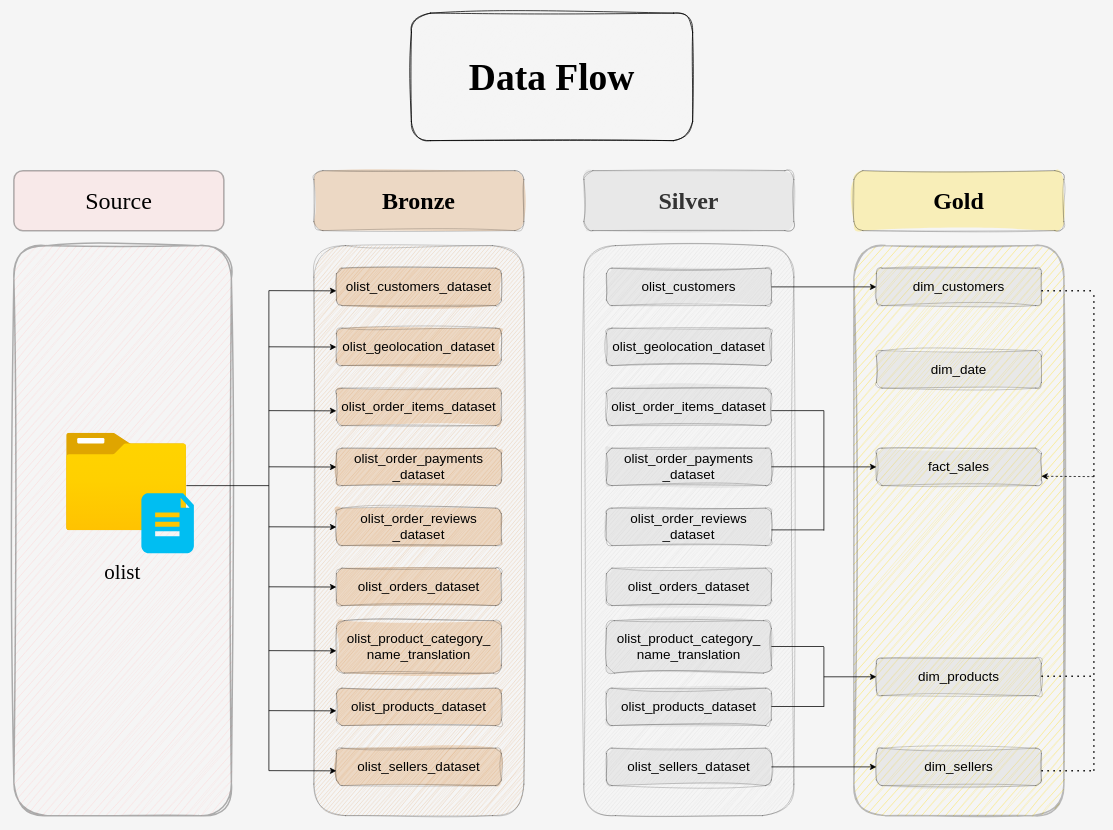
The draw.io diagram docs/data_flow.drawio in IbirdieU/data-warehouse-project, before the edit. Source tidied: cells renumbered, new cells numbered last; positions are measured from the earlier drawing's top-left corner, leaving out a move shared by most shapes. Both pictures are drawn from the tidied source at 75%, with x=0, y=0 at pixel (14, 13).
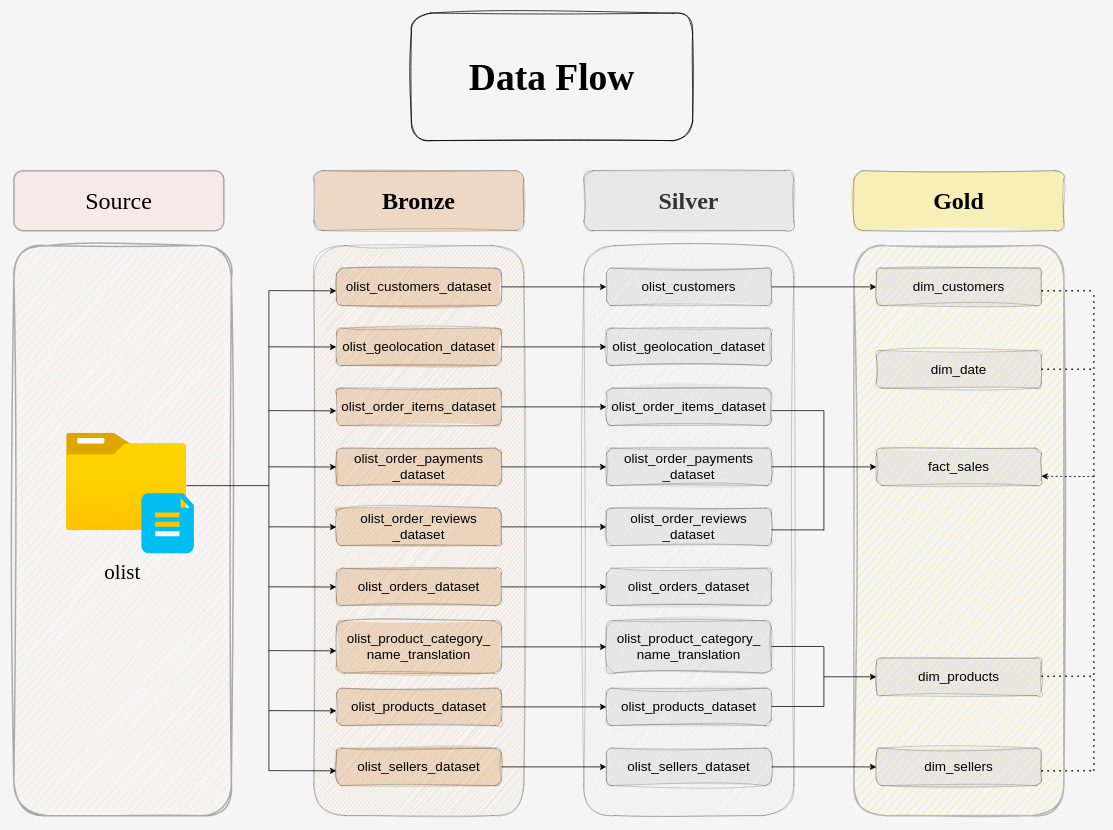
Above is the later version.

The change refers to these unchanged cells:
```xml
<mxCell id="14" value="&lt;font style=&quot;font-size: 18px;&quot;&gt;olist_customers_dataset&lt;/font&gt;" style="rounded=1;whiteSpace=wrap;html=1;fillColor=#CD7F32;strokeColor=default;opacity=25;strokeWidth=1;gradientColor=none;fillStyle=solid;sketch=1;curveFitting=1;jiggle=2;" parent="1" vertex="1">
  <mxGeometry x="430" y="340" width="220" height="50" as="geometry" />
</mxCell>
<mxCell id="15" value="&lt;font style=&quot;font-size: 18px;&quot; face=&quot;Helvetica&quot;&gt;olist_geolocation&lt;/font&gt;&lt;span style=&quot;font-size: 18px;&quot;&gt;_dataset&lt;/span&gt;" style="rounded=1;whiteSpace=wrap;html=1;fillColor=#CD7F32;strokeColor=default;opacity=25;strokeWidth=1;gradientColor=none;fillStyle=solid;sketch=1;curveFitting=1;jiggle=2;" parent="1" vertex="1">
  <mxGeometry x="430" y="420" width="220" height="50" as="geometry" />
</mxCell>
<mxCell id="16" value="&lt;font&gt;olist_order_items&lt;/font&gt;_dataset" style="rounded=1;whiteSpace=wrap;html=1;fillColor=#CD7F32;strokeColor=default;opacity=25;strokeWidth=1;gradientColor=none;fillStyle=solid;sketch=1;curveFitting=1;jiggle=2;fontFamily=Helvetica;fontSize=18;" parent="1" vertex="1">
  <mxGeometry x="430" y="500" width="220" height="50" as="geometry" />
</mxCell>
<mxCell id="17" value="&lt;font&gt;&lt;span&gt;olist_order_payments&lt;/span&gt;&lt;/font&gt;&lt;div&gt;_dataset&lt;/div&gt;" style="rounded=1;whiteSpace=wrap;html=1;fillColor=#CD7F32;strokeColor=default;opacity=25;strokeWidth=1;gradientColor=none;fillStyle=solid;sketch=1;curveFitting=1;jiggle=2;fontFamily=Helvetica;fontSize=18;" parent="1" vertex="1">
  <mxGeometry x="430" y="580" width="220" height="50" as="geometry" />
</mxCell>
<mxCell id="18" value="&lt;font&gt;&lt;span&gt;olist_order_reviews&lt;/span&gt;&lt;/font&gt;&lt;div&gt;&lt;font&gt;_dataset&lt;span&gt;&lt;/span&gt;&lt;/font&gt;&lt;/div&gt;" style="rounded=1;whiteSpace=wrap;html=1;fillColor=#CD7F32;strokeColor=default;opacity=25;strokeWidth=1;gradientColor=none;fillStyle=solid;sketch=1;curveFitting=1;jiggle=2;fontFamily=Helvetica;fontSize=18;" parent="1" vertex="1">
  <mxGeometry x="430" y="660" width="220" height="50" as="geometry" />
</mxCell>
<mxCell id="19" value="&lt;font&gt;&lt;span&gt;olist_orders&lt;/span&gt;&lt;/font&gt;_dataset" style="rounded=1;whiteSpace=wrap;html=1;fillColor=#CD7F32;strokeColor=default;opacity=25;strokeWidth=1;gradientColor=none;fillStyle=solid;sketch=1;curveFitting=1;jiggle=2;fontFamily=Helvetica;fontSize=18;" parent="1" vertex="1">
  <mxGeometry x="430" y="740" width="220" height="50" as="geometry" />
</mxCell>
<mxCell id="20" value="&lt;font&gt;&lt;span&gt;olist_product_category&lt;/span&gt;&lt;/font&gt;&lt;span style=&quot;background-color: transparent; color: light-dark(rgb(0, 0, 0), rgb(255, 255, 255));&quot;&gt;_&lt;/span&gt;&lt;div&gt;&lt;span style=&quot;background-color: transparent; color: light-dark(rgb(0, 0, 0), rgb(255, 255, 255));&quot;&gt;name_translation&lt;/span&gt;&lt;/div&gt;" style="rounded=1;whiteSpace=wrap;html=1;fillColor=#CD7F32;strokeColor=default;opacity=25;strokeWidth=1;gradientColor=none;fillStyle=solid;sketch=1;curveFitting=1;jiggle=2;fontFamily=Helvetica;fontSize=18;" parent="1" vertex="1">
  <mxGeometry x="430" y="810" width="220" height="70" as="geometry" />
</mxCell>
<mxCell id="21" value="&lt;font&gt;&lt;span&gt;olist_products&lt;/span&gt;&lt;/font&gt;_dataset" style="rounded=1;whiteSpace=wrap;html=1;fillColor=#CD7F32;strokeColor=default;opacity=25;strokeWidth=1;gradientColor=none;fillStyle=solid;sketch=1;curveFitting=1;jiggle=2;fontFamily=Helvetica;fontSize=18;" parent="1" vertex="1">
  <mxGeometry x="430" y="900" width="220" height="50" as="geometry" />
</mxCell>
<mxCell id="22" value="&lt;font&gt;&lt;span&gt;olist_sellers&lt;/span&gt;&lt;/font&gt;_dataset" style="rounded=1;whiteSpace=wrap;html=1;fillColor=#CD7F32;strokeColor=default;opacity=25;strokeWidth=1;gradientColor=none;fillStyle=solid;sketch=1;curveFitting=1;jiggle=2;fontFamily=Helvetica;fontSize=18;" parent="1" vertex="1">
  <mxGeometry x="430" y="980" width="220" height="50" as="geometry" />
</mxCell>
<mxCell id="24" value="&lt;font style=&quot;font-size: 18px;&quot;&gt;olist_customers&lt;/font&gt;" style="rounded=1;whiteSpace=wrap;html=1;fillColor=#C0C0C0;strokeColor=default;opacity=25;strokeWidth=1;gradientColor=none;fillStyle=solid;sketch=1;curveFitting=1;jiggle=2;" parent="1" vertex="1">
  <mxGeometry x="790" y="340" width="220" height="50" as="geometry" />
</mxCell>
<mxCell id="25" value="&lt;font style=&quot;font-size: 18px;&quot; face=&quot;Helvetica&quot;&gt;olist_geolocation&lt;/font&gt;&lt;span style=&quot;font-size: 18px;&quot;&gt;_dataset&lt;/span&gt;" style="rounded=1;whiteSpace=wrap;html=1;fillColor=#C0C0C0;strokeColor=default;opacity=25;strokeWidth=1;gradientColor=none;fillStyle=solid;sketch=1;curveFitting=1;jiggle=2;" parent="1" vertex="1">
  <mxGeometry x="790" y="420" width="220" height="50" as="geometry" />
</mxCell>
<mxCell id="26" value="&lt;font&gt;olist_order_items&lt;/font&gt;_dataset" style="rounded=1;whiteSpace=wrap;html=1;fillColor=#C0C0C0;strokeColor=default;opacity=25;strokeWidth=1;gradientColor=none;fillStyle=solid;sketch=1;curveFitting=1;jiggle=2;fontFamily=Helvetica;fontSize=18;" parent="1" vertex="1">
  <mxGeometry x="790" y="500" width="220" height="50" as="geometry" />
</mxCell>
<mxCell id="27" value="&lt;font&gt;&lt;span&gt;olist_order_payments&lt;/span&gt;&lt;/font&gt;&lt;div&gt;_dataset&lt;/div&gt;" style="rounded=1;whiteSpace=wrap;html=1;fillColor=#C0C0C0;strokeColor=default;opacity=25;strokeWidth=1;gradientColor=none;fillStyle=solid;sketch=1;curveFitting=1;jiggle=2;fontFamily=Helvetica;fontSize=18;" parent="1" vertex="1">
  <mxGeometry x="790" y="580" width="220" height="50" as="geometry" />
</mxCell>
<mxCell id="28" value="&lt;font&gt;&lt;span&gt;olist_order_reviews&lt;/span&gt;&lt;/font&gt;&lt;div&gt;&lt;font&gt;_dataset&lt;span&gt;&lt;/span&gt;&lt;/font&gt;&lt;/div&gt;" style="rounded=1;whiteSpace=wrap;html=1;fillColor=#C0C0C0;strokeColor=default;opacity=25;strokeWidth=1;gradientColor=none;fillStyle=solid;sketch=1;curveFitting=1;jiggle=2;fontFamily=Helvetica;fontSize=18;" parent="1" vertex="1">
  <mxGeometry x="790" y="660" width="220" height="50" as="geometry" />
</mxCell>
<mxCell id="29" value="&lt;font&gt;&lt;span&gt;olist_orders&lt;/span&gt;&lt;/font&gt;_dataset" style="rounded=1;whiteSpace=wrap;html=1;fillColor=#C0C0C0;strokeColor=default;opacity=25;strokeWidth=1;gradientColor=none;fillStyle=solid;sketch=1;curveFitting=1;jiggle=2;fontFamily=Helvetica;fontSize=18;" parent="1" vertex="1">
  <mxGeometry x="790" y="740" width="220" height="50" as="geometry" />
</mxCell>
<mxCell id="30" value="&lt;font&gt;&lt;span&gt;olist_product_category&lt;/span&gt;&lt;/font&gt;&lt;span style=&quot;background-color: transparent; color: light-dark(rgb(0, 0, 0), rgb(255, 255, 255));&quot;&gt;_&lt;/span&gt;&lt;div&gt;&lt;span style=&quot;background-color: transparent; color: light-dark(rgb(0, 0, 0), rgb(255, 255, 255));&quot;&gt;name_translation&lt;/span&gt;&lt;/div&gt;" style="rounded=1;whiteSpace=wrap;html=1;fillColor=#C0C0C0;strokeColor=default;opacity=25;strokeWidth=1;gradientColor=none;fillStyle=solid;sketch=1;curveFitting=1;jiggle=2;fontFamily=Helvetica;fontSize=18;" parent="1" vertex="1">
  <mxGeometry x="790" y="810" width="220" height="70" as="geometry" />
</mxCell>
<mxCell id="31" value="&lt;font&gt;&lt;span&gt;olist_products&lt;/span&gt;&lt;/font&gt;_dataset" style="rounded=1;whiteSpace=wrap;html=1;fillColor=#C0C0C0;strokeColor=default;opacity=25;strokeWidth=1;gradientColor=none;fillStyle=solid;sketch=1;curveFitting=1;jiggle=2;fontFamily=Helvetica;fontSize=18;" parent="1" vertex="1">
  <mxGeometry x="790" y="900" width="220" height="50" as="geometry" />
</mxCell>
<mxCell id="33" value="&lt;font&gt;&lt;span&gt;olist_sellers&lt;/span&gt;&lt;/font&gt;_dataset" style="rounded=1;whiteSpace=wrap;html=1;fillColor=#C0C0C0;strokeColor=default;opacity=25;strokeWidth=1;gradientColor=none;fillStyle=solid;sketch=1;curveFitting=1;jiggle=2;fontFamily=Helvetica;fontSize=18;" parent="1" vertex="1">
  <mxGeometry x="790" y="980" width="220" height="50" as="geometry" />
</mxCell>
```

Diff of the diagram source:
```diff
@@
+    <mxCell id="64" style="edgeStyle=orthogonalEdgeStyle;rounded=0;jettySize=auto;html=1;entryX=0;entryY=0.5;entryDx=0;entryDy=0;" parent="1" edge="1" source="14" target="24">
+      <mxGeometry relative="1" as="geometry" />
+    </mxCell>
@@
+    <mxCell id="65" style="edgeStyle=orthogonalEdgeStyle;rounded=0;jettySize=auto;html=1;entryX=0;entryY=0.5;entryDx=0;entryDy=0;" parent="1" edge="1" source="15" target="25">
+      <mxGeometry relative="1" as="geometry" />
+    </mxCell>
@@
+    <mxCell id="66" style="edgeStyle=orthogonalEdgeStyle;rounded=0;jettySize=auto;html=1;entryX=0;entryY=0.5;entryDx=0;entryDy=0;" parent="1" edge="1" source="16" target="26">
+      <mxGeometry relative="1" as="geometry" />
+    </mxCell>
@@
+    <mxCell id="67" style="edgeStyle=orthogonalEdgeStyle;rounded=0;jettySize=auto;html=1;entryX=0;entryY=0.5;entryDx=0;entryDy=0;" parent="1" edge="1" source="17" target="27">
+      <mxGeometry relative="1" as="geometry" />
+    </mxCell>
@@
+    <mxCell id="68" style="edgeStyle=orthogonalEdgeStyle;rounded=0;jettySize=auto;html=1;entryX=0;entryY=0.5;entryDx=0;entryDy=0;" parent="1" edge="1" source="18" target="28">
+      <mxGeometry relative="1" as="geometry" />
+    </mxCell>
@@
+    <mxCell id="69" style="edgeStyle=orthogonalEdgeStyle;rounded=0;jettySize=auto;html=1;entryX=0;entryY=0.5;entryDx=0;entryDy=0;" parent="1" edge="1" source="19" target="29">
+      <mxGeometry relative="1" as="geometry" />
+    </mxCell>
@@
+    <mxCell id="70" style="edgeStyle=orthogonalEdgeStyle;rounded=0;jettySize=auto;html=1;" parent="1" edge="1" source="20" target="30">
+      <mxGeometry relative="1" as="geometry" />
+    </mxCell>
@@
+    <mxCell id="71" style="edgeStyle=orthogonalEdgeStyle;rounded=0;jettySize=auto;html=1;entryX=0;entryY=0.5;entryDx=0;entryDy=0;" parent="1" edge="1" source="21" target="31">
+      <mxGeometry relative="1" as="geometry" />
+    </mxCell>
@@
+    <mxCell id="72" style="edgeStyle=orthogonalEdgeStyle;rounded=0;jettySize=auto;html=1;" parent="1" edge="1" source="22" target="33">
+      <mxGeometry relative="1" as="geometry" />
+    </mxCell>
@@
+    <mxCell id="73" style="endArrow=none;dashed=1;html=1;dashPattern=1 3;strokeWidth=2;rounded=0;" parent="1" edge="1">
+      <mxGeometry relative="1" as="geometry">
+        <mxPoint x="1370" y="474.7" as="sourcePoint" />
+        <mxPoint x="1440" y="474.7" as="targetPoint" />
+      </mxGeometry>
+    </mxCell>
```
